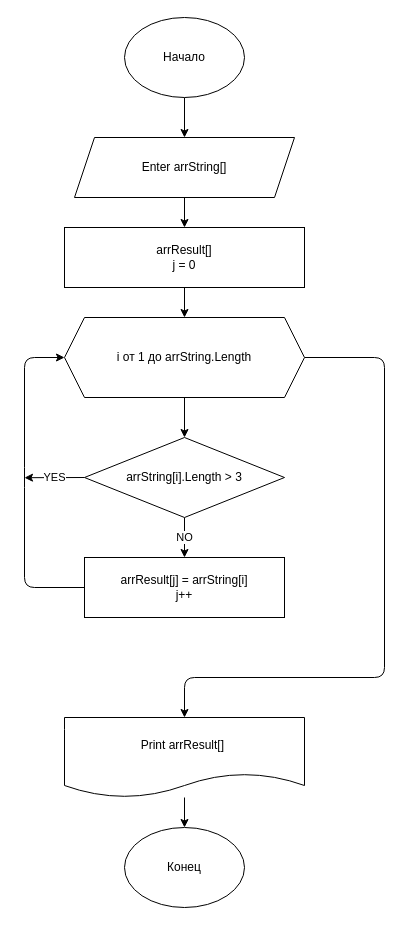
The draw.io diagram diagram/ResultProject.drawio in levineserg/ResultProject, before the edit. Source tidied: cells renumbered, new cells numbered last; positions are measured from the earlier drawing's top-left corner, leaving out a move shared by most shapes. Both pictures are drawn from the tidied source at 100%, with x=0, y=0 at pixel (24, 17).
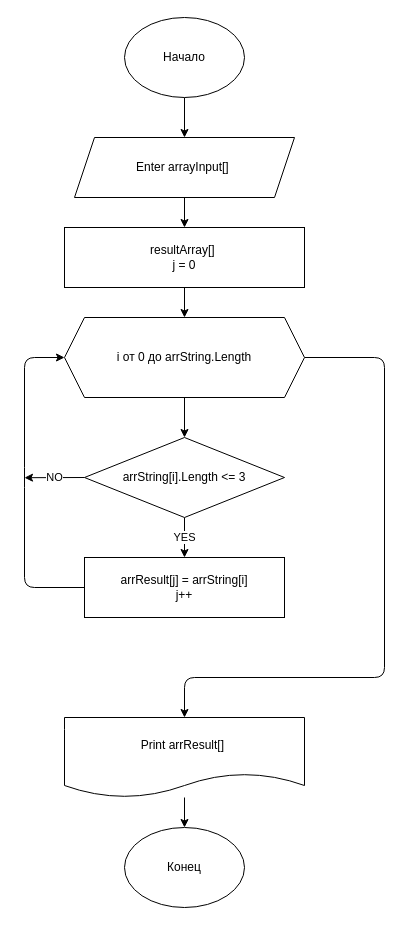
After the change.

Unchanged cells that the change refers to:
```xml
<mxCell id="15" value="arrResult[j] = arrString[i]&lt;br&gt;j++" style="rounded=0;whiteSpace=wrap;html=1;" parent="1" vertex="1">
  <mxGeometry x="60" y="540" width="200" height="60" as="geometry" />
</mxCell>
```

What changed in the source:
```diff
@@
-    <mxCell id="5" value="Enter arrString[]" style="shape=parallelogram;perimeter=parallelogramPerimeter;whiteSpace=wrap;html=1;fixedSize=1;" parent="1" vertex="1">
+    <mxCell id="5" value="Enter arrayInput[]&amp;nbsp;" style="shape=parallelogram;perimeter=parallelogramPerimeter;whiteSpace=wrap;html=1;fixedSize=1;" parent="1" vertex="1">
       <mxGeometry x="50" y="120" width="220" height="60" as="geometry" />
     </mxCell>
@@
-    <mxCell id="7" value="arrResult[]&lt;br&gt;j = 0" style="rounded=0;whiteSpace=wrap;html=1;" parent="1" vertex="1">
+    <mxCell id="7" value="resultArray[]&amp;nbsp;&lt;br&gt;j = 0" style="rounded=0;whiteSpace=wrap;html=1;" parent="1" vertex="1">
       <mxGeometry x="40" y="210" width="240" height="60" as="geometry" />
     </mxCell>
@@
-    <mxCell id="10" value="i от 1 до arrString.Length" style="shape=hexagon;perimeter=hexagonPerimeter2;whiteSpace=wrap;html=1;fixedSize=1;" parent="1" vertex="1">
+    <mxCell id="10" value="i от 0 до arrString.Length" style="shape=hexagon;perimeter=hexagonPerimeter2;whiteSpace=wrap;html=1;fixedSize=1;" parent="1" vertex="1">
       <mxGeometry x="40" y="300" width="240" height="80" as="geometry" />
     </mxCell>
+    <mxCell id="12" value="NO" style="edgeStyle=none;html=1;exitX=0;exitY=0.5;exitDx=0;exitDy=0;" parent="1" edge="1" source="13">
+      <mxGeometry relative="1" as="geometry">
+        <mxPoint y="460.2" as="targetPoint" />
+      </mxGeometry>
+    </mxCell>
-    <mxCell id="11" value="NO" style="edgeStyle=none;html=1;exitX=0.5;exitY=1;exitDx=0;exitDy=0;entryX=0.5;entryY=0;entryDx=0;entryDy=0;" parent="1" edge="1" source="13" target="15">
+    <mxCell id="11" value="YES" style="edgeStyle=none;html=1;exitX=0.5;exitY=1;exitDx=0;exitDy=0;entryX=0.5;entryY=0;entryDx=0;entryDy=0;" parent="1" edge="1" source="13" target="15">
       <mxGeometry relative="1" as="geometry" />
     </mxCell>
-    <mxCell id="12" value="YES" style="edgeStyle=none;html=1;exitX=0;exitY=0.5;exitDx=0;exitDy=0;" parent="1" edge="1" source="13">
-      <mxGeometry relative="1" as="geometry">
-        <mxPoint y="460.2" as="targetPoint" />
-      </mxGeometry>
-    </mxCell>
-    <mxCell id="13" value="arrString[i].Length &amp;gt; 3" style="rhombus;whiteSpace=wrap;html=1;" parent="1" vertex="1">
+    <mxCell id="13" value="arrString[i].Length &amp;lt;= 3" style="rhombus;whiteSpace=wrap;html=1;" parent="1" vertex="1">
       <mxGeometry x="60" y="420" width="200" height="80" as="geometry" />
     </mxCell>
```
